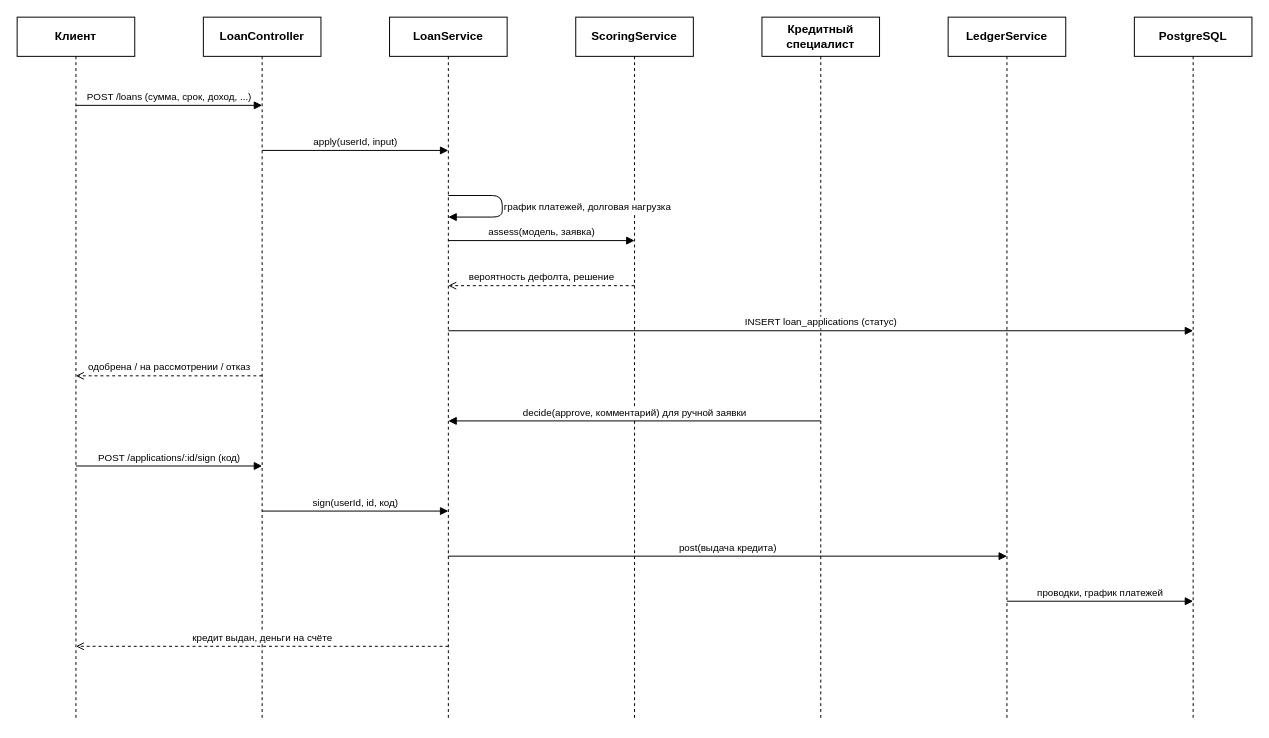
The draw.io diagram page "Заявка на кредит" (2 of 3) of docs/diagrams/sequence.drawio in vladmeshkov/js-course-work, before the edit. Source tidied: cells renumbered, new cells numbered last; positions are measured from the earlier drawing's top-left corner, leaving out a move shared by most shapes. Both pictures are drawn from the tidied source at 98%, with x=0, y=0 at pixel (17, 17).
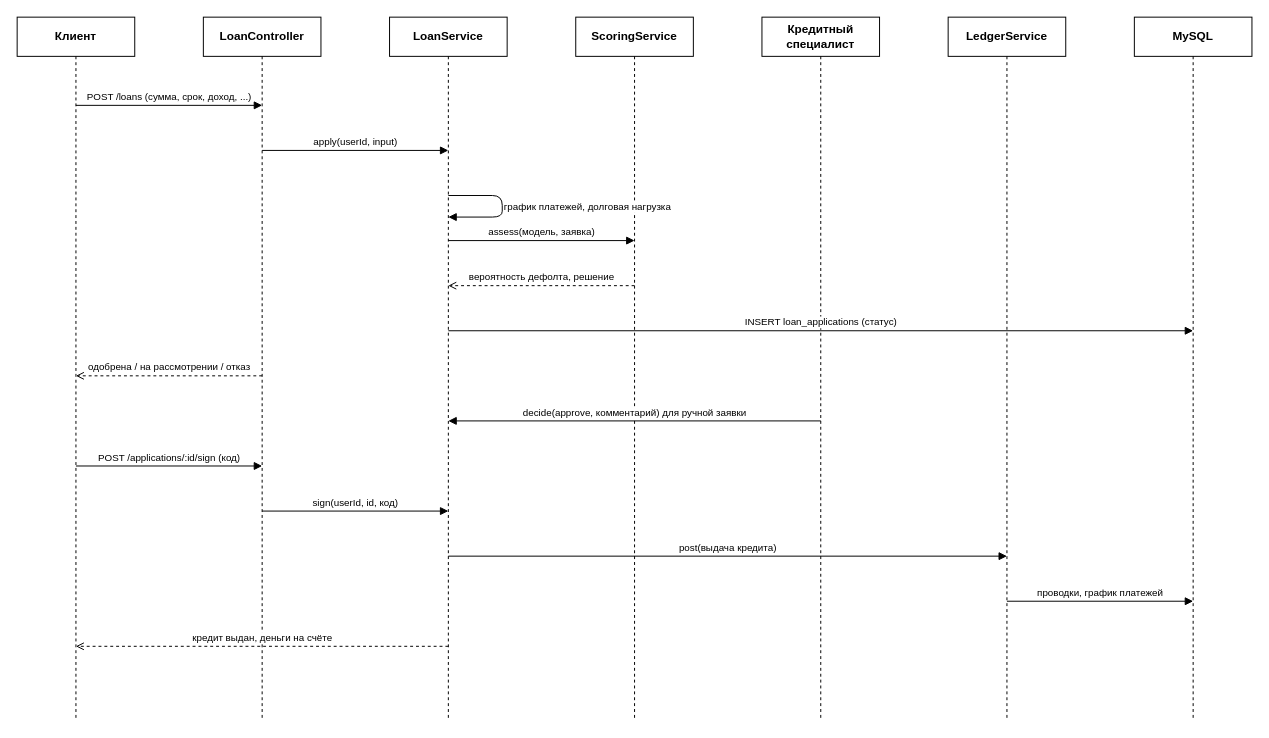
After the change.

The edit, as a diff of the source:
```diff
@@
-    <mxCell id="8" value="PostgreSQL" style="shape=umlLifeline;perimeter=lifelinePerimeter;whiteSpace=wrap;html=1;fontStyle=1;" parent="1" vertex="1">
+    <mxCell id="8" value="MySQL" style="shape=umlLifeline;perimeter=lifelinePerimeter;whiteSpace=wrap;html=1;fontStyle=1;" parent="1" vertex="1">
       <mxGeometry x="1140" width="120" height="718" as="geometry" />
     </mxCell>
```
